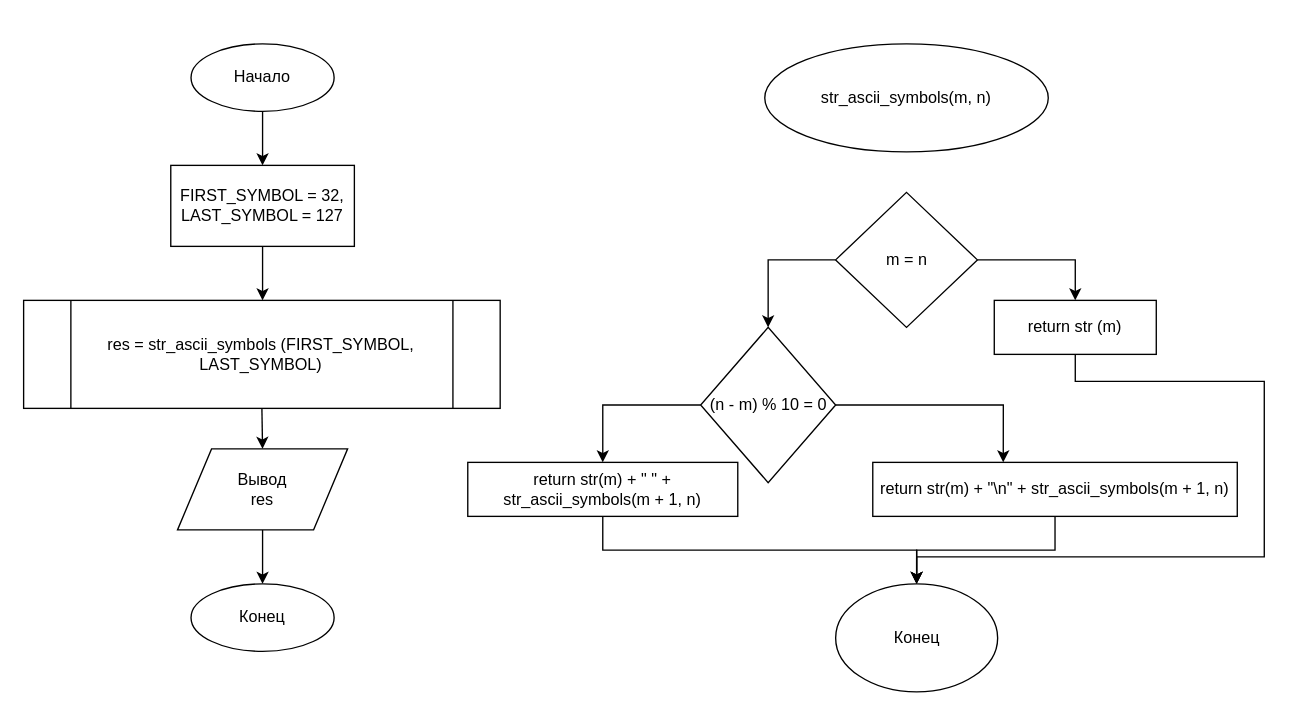
Before: page "task_6" (6 of 6) of lesson_2.drawio in Virucek/geekbrains_python_algorithms_basic, a draw.io diagram. Source tidied: cells renumbered, new cells numbered last; positions are measured from the earlier drawing's top-left corner, leaving out a move shared by most shapes. Both pictures are drawn from the tidied source at 135%, with x=0, y=0 at pixel (23, 43).
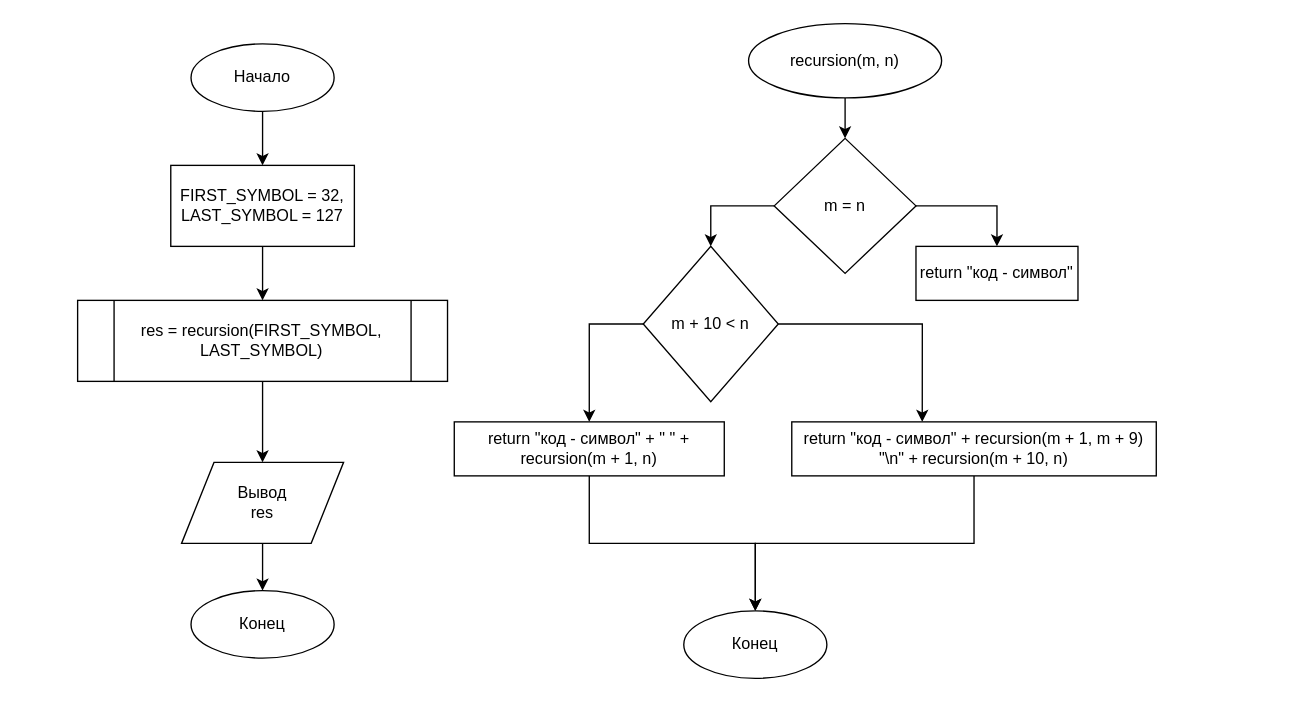
The same page after the edit.

Diff of the diagram source:
```diff
@@
-    <mxCell id="6" style="edgeStyle=orthogonalEdgeStyle;rounded=0;jettySize=auto;html=1;exitX=0.5;exitY=1;exitDx=0;exitDy=0;entryX=0.5;entryY=0;entryDx=0;entryDy=0;" parent="1" edge="1" source="7" target="9">
-      <mxGeometry relative="1" as="geometry" />
-    </mxCell>
-    <mxCell id="7" value="res = str_ascii_symbols (FIRST_SYMBOL, LAST_SYMBOL)" style="shape=process;whiteSpace=wrap;html=1;backgroundOutline=1;" parent="1" vertex="1">
-      <mxGeometry y="190" width="353" height="80" as="geometry" />
-    </mxCell>
-    <mxCell id="8" style="edgeStyle=orthogonalEdgeStyle;rounded=0;jettySize=auto;html=1;exitX=0.5;exitY=1;exitDx=0;exitDy=0;entryX=0.5;entryY=0;entryDx=0;entryDy=0;" parent="1" edge="1" source="9" target="10">
-      <mxGeometry relative="1" as="geometry" />
-    </mxCell>
-    <mxCell id="9" value="Вывод&lt;br&gt;res" style="shape=parallelogram;perimeter=parallelogramPerimeter;whiteSpace=wrap;html=1;" parent="1" vertex="1">
-      <mxGeometry x="114" y="300" width="126" height="60" as="geometry" />
-    </mxCell>
-    <mxCell id="10" value="Конец" style="ellipse;whiteSpace=wrap;html=1;" parent="1" vertex="1">
-      <mxGeometry x="124" y="400" width="106" height="50" as="geometry" />
-    </mxCell>
+    <mxCell id="25" style="edgeStyle=orthogonalEdgeStyle;rounded=0;jettySize=auto;html=1;exitX=0.5;exitY=1;exitDx=0;exitDy=0;entryX=0.5;entryY=0;entryDx=0;entryDy=0;endArrow=classic;endFill=1;" parent="1" edge="1" source="11" target="14">
+      <mxGeometry relative="1" as="geometry" />
+    </mxCell>
-    <mxCell id="11" value="str_ascii_symbols(m, n)" style="ellipse;whiteSpace=wrap;html=1;" parent="1" vertex="1">
-      <mxGeometry x="549" width="210" height="80" as="geometry" />
+    <mxCell id="11" value="recursion(m, n)" style="ellipse;whiteSpace=wrap;html=1;" parent="1" vertex="1">
+      <mxGeometry x="537" y="-15" width="143" height="55" as="geometry" />
     </mxCell>
@@
-    <mxCell id="13" style="edgeStyle=orthogonalEdgeStyle;rounded=0;jettySize=auto;html=1;exitX=0;exitY=0.5;exitDx=0;exitDy=0;entryX=0;entryY=0.5;entryDx=0;entryDy=0;" parent="1" edge="1" source="14" target="19">
-      <mxGeometry relative="1" as="geometry" />
+    <mxCell id="13" style="edgeStyle=orthogonalEdgeStyle;rounded=0;jettySize=auto;html=1;exitX=0;exitY=0.5;exitDx=0;exitDy=0;" parent="1" edge="1" source="14">
+      <mxGeometry relative="1" as="geometry">
+        <mxPoint x="509" y="150" as="targetPoint" />
+        <Array as="points">
+          <mxPoint x="509" y="120" />
+        </Array>
+      </mxGeometry>
     </mxCell>
     <mxCell id="14" value="m = n" style="rhombus;whiteSpace=wrap;html=1;" parent="1" vertex="1">
-      <mxGeometry x="601.5" y="110" width="105" height="100" as="geometry" />
+      <mxGeometry x="556" y="70" width="105" height="100" as="geometry" />
     </mxCell>
-    <mxCell id="15" style="edgeStyle=orthogonalEdgeStyle;rounded=0;jettySize=auto;html=1;exitX=0.5;exitY=1;exitDx=0;exitDy=0;entryX=0.5;entryY=0;entryDx=0;entryDy=0;" parent="1" edge="1" source="16" target="24">
-      <mxGeometry relative="1" as="geometry">
-        <Array as="points">
-          <mxPoint x="779" y="250" />
-          <mxPoint x="919" y="250" />
-          <mxPoint x="919" y="380" />
-          <mxPoint x="662" y="380" />
-        </Array>
-      </mxGeometry>
-    </mxCell>
-    <mxCell id="16" value="return str (m)" style="rounded=0;whiteSpace=wrap;html=1;" parent="1" vertex="1">
-      <mxGeometry x="719" y="190" width="120" height="40" as="geometry" />
+    <mxCell id="16" value="return &quot;код - символ&quot;" style="rounded=0;whiteSpace=wrap;html=1;" parent="1" vertex="1">
+      <mxGeometry x="661" y="150" width="120" height="40" as="geometry" />
     </mxCell>
@@
-    <mxCell id="18" style="edgeStyle=orthogonalEdgeStyle;rounded=0;jettySize=auto;html=1;exitX=0.5;exitY=1;exitDx=0;exitDy=0;entryX=0.5;entryY=0;entryDx=0;entryDy=0;" parent="1" edge="1" source="19" target="23">
+    <mxCell id="18" style="edgeStyle=orthogonalEdgeStyle;rounded=0;jettySize=auto;html=1;exitX=0.5;exitY=1;exitDx=0;exitDy=0;entryX=0.5;entryY=0;entryDx=0;entryDy=0;endArrow=classic;endFill=1;" parent="1" edge="1" source="19" target="23">
       <mxGeometry relative="1" as="geometry" />
     </mxCell>
-    <mxCell id="19" value="(n - m) % 10 = 0" style="rhombus;whiteSpace=wrap;html=1;direction=south;" parent="1" vertex="1">
-      <mxGeometry x="501.5" y="210" width="100" height="115" as="geometry" />
+    <mxCell id="19" value="m + 10 &amp;lt; n" style="rhombus;whiteSpace=wrap;html=1;direction=south;" parent="1" vertex="1">
+      <mxGeometry x="459" y="150" width="100" height="115" as="geometry" />
     </mxCell>
-    <mxCell id="20" style="edgeStyle=orthogonalEdgeStyle;rounded=0;jettySize=auto;html=1;exitX=0.5;exitY=1;exitDx=0;exitDy=0;entryX=0.5;entryY=0;entryDx=0;entryDy=0;" parent="1" edge="1" source="21" target="24">
-      <mxGeometry relative="1" as="geometry" />
-    </mxCell>
+    <mxCell id="26" style="edgeStyle=orthogonalEdgeStyle;rounded=0;jettySize=auto;html=1;exitX=0.5;exitY=1;exitDx=0;exitDy=0;entryX=0.5;entryY=0;entryDx=0;entryDy=0;endArrow=classic;endFill=1;" parent="1" edge="1" source="21" target="32">
+      <mxGeometry relative="1" as="geometry" />
+    </mxCell>
-    <mxCell id="21" value="return str(m) + &quot;\n&quot; + str_ascii_symbols(m + 1, n)" style="rounded=0;whiteSpace=wrap;html=1;" parent="1" vertex="1">
-      <mxGeometry x="629" y="310" width="270" height="40" as="geometry" />
+    <mxCell id="21" value="return &quot;код - символ&quot; + recursion(m + 1, m + 9) &quot;\n&quot; + recursion(m + 10, n)" style="rounded=0;whiteSpace=wrap;html=1;" parent="1" vertex="1">
+      <mxGeometry x="569" y="280" width="270" height="40" as="geometry" />
     </mxCell>
-    <mxCell id="22" style="edgeStyle=orthogonalEdgeStyle;rounded=0;jettySize=auto;html=1;exitX=0.5;exitY=1;exitDx=0;exitDy=0;" parent="1" edge="1" source="23" target="24">
-      <mxGeometry relative="1" as="geometry" />
-    </mxCell>
+    <mxCell id="27" style="edgeStyle=orthogonalEdgeStyle;rounded=0;jettySize=auto;html=1;exitX=0.5;exitY=1;exitDx=0;exitDy=0;entryX=0.5;entryY=0;entryDx=0;entryDy=0;endArrow=classic;endFill=1;" parent="1" edge="1" source="23" target="32">
+      <mxGeometry relative="1" as="geometry" />
+    </mxCell>
-    <mxCell id="23" value="return str(m) + &quot; &quot; + str_ascii_symbols(m + 1, n)" style="rounded=0;whiteSpace=wrap;html=1;" parent="1" vertex="1">
-      <mxGeometry x="329" y="310" width="200" height="40" as="geometry" />
+    <mxCell id="23" value="return &quot;код - символ&quot; + &quot; &quot; + recursion(m + 1, n)" style="rounded=0;whiteSpace=wrap;html=1;" parent="1" vertex="1">
+      <mxGeometry x="319" y="280" width="200" height="40" as="geometry" />
     </mxCell>
-    <mxCell id="24" value="Конец" style="ellipse;whiteSpace=wrap;html=1;" parent="1" vertex="1">
-      <mxGeometry x="601.5" y="400" width="120" height="80" as="geometry" />
-    </mxCell>
+    <mxCell id="28" style="edgeStyle=orthogonalEdgeStyle;rounded=0;jettySize=auto;html=1;exitX=0.5;exitY=1;exitDx=0;exitDy=0;entryX=0.5;entryY=0;entryDx=0;entryDy=0;endArrow=classic;endFill=1;" parent="1" edge="1" source="9" target="31">
+      <mxGeometry relative="1" as="geometry" />
+    </mxCell>
+    <mxCell id="9" value="Вывод&lt;br&gt;res" style="shape=parallelogram;perimeter=parallelogramPerimeter;whiteSpace=wrap;html=1;" parent="1" vertex="1">
+      <mxGeometry x="117" y="310" width="120" height="60" as="geometry" />
+    </mxCell>
+    <mxCell id="29" style="edgeStyle=orthogonalEdgeStyle;rounded=0;jettySize=auto;html=1;exitX=0.5;exitY=1;exitDx=0;exitDy=0;endArrow=classic;endFill=1;" parent="1" edge="1" source="30">
+      <mxGeometry relative="1" as="geometry">
+        <mxPoint x="177" y="310" as="targetPoint" />
+      </mxGeometry>
+    </mxCell>
+    <mxCell id="30" value="res = recursion(FIRST_SYMBOL, LAST_SYMBOL)" style="shape=process;whiteSpace=wrap;html=1;backgroundOutline=1;" parent="1" vertex="1">
+      <mxGeometry x="40" y="190" width="274" height="60" as="geometry" />
+    </mxCell>
+    <mxCell id="31" value="Конец" style="ellipse;whiteSpace=wrap;html=1;" parent="1" vertex="1">
+      <mxGeometry x="124" y="405" width="106" height="50" as="geometry" />
+    </mxCell>
+    <mxCell id="32" value="Конец" style="ellipse;whiteSpace=wrap;html=1;" parent="1" vertex="1">
+      <mxGeometry x="489" y="420" width="106" height="50" as="geometry" />
+    </mxCell>
```
